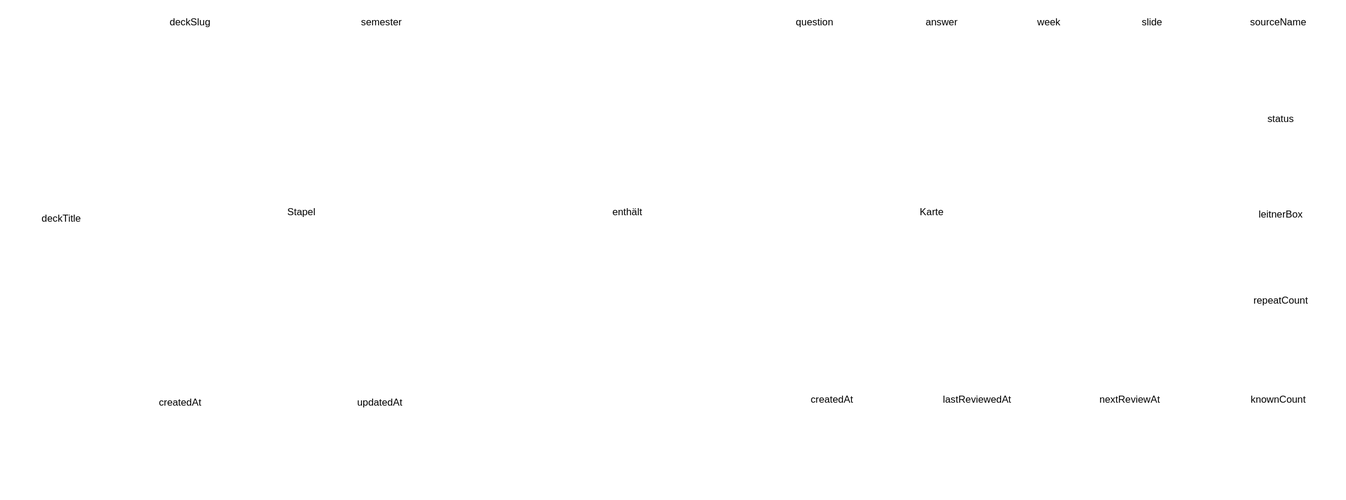
Before: doc/ER_Model.drawio.svg, a diagram exported from draw.io (russoren1/PT-Karteikarten). Source tidied: cells renumbered, new cells last; positions are measured from the earlier drawing's top-left corner, leaving out a move shared by most shapes.
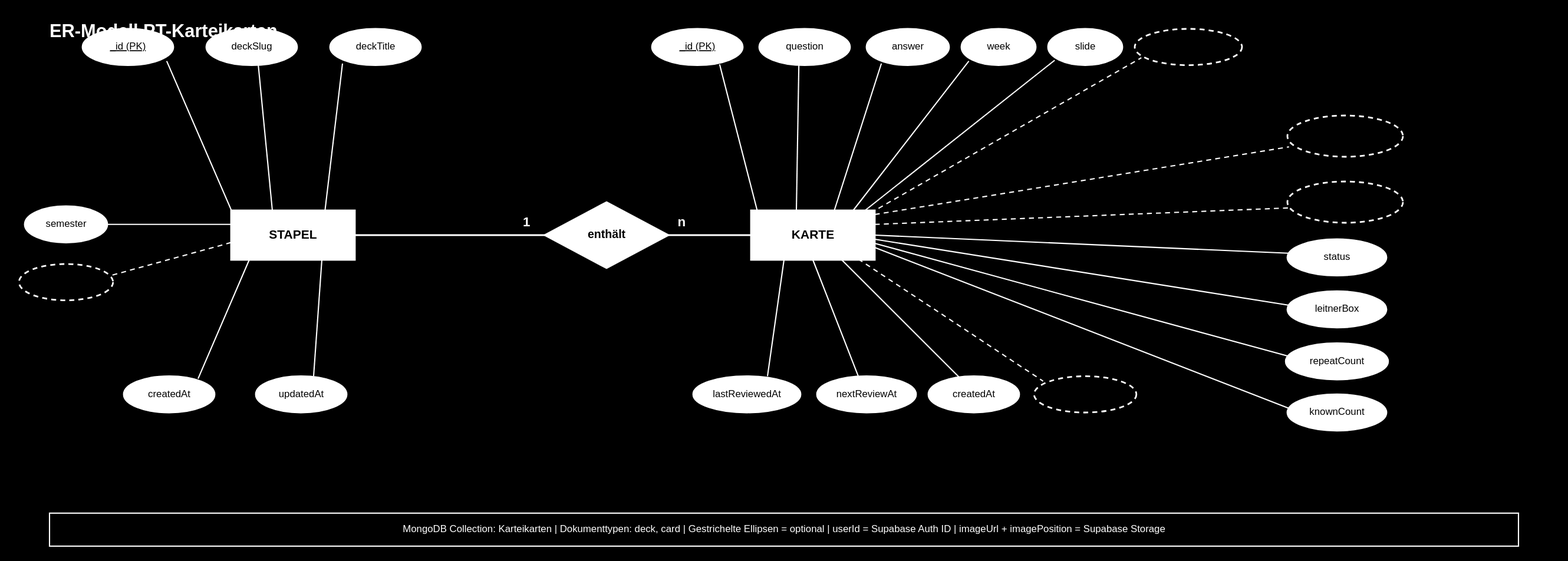
Above is the later version.

Commit message:
docs: Aktualisiere draw.io SVG Diagramme mit Supabase und neuen Feldern

System_Architektur: hooks.server.js, supabase.js Helper, Supabase Auth
und Supabase Storage als neue Komponenten ergaenzt. .env mit allen
Supabase-Variablen aktualisiert. Legende angepasst.

ER_Model: userId (opt.) bei Stapel und Karte, imageUrl und imagePosition
(opt.) bei Karte als gestrichelte Ellipsen ergaenzt.

The edit, as a diff of the source:
```diff
@@ -2,135 +2,86 @@
   <root>
     <mxCell id="0" />
     <mxCell id="1" parent="0" />
-    <mxCell id="2" value="Stapel" style="whiteSpace=wrap;html=1;fillColor=#ffffff;strokeColor=#ffffff;fontColor=#000000;" parent="1" vertex="1">
-      <mxGeometry x="290" y="222" width="150" height="70" as="geometry" />
-    </mxCell>
-    <mxCell id="3" value="Karte" style="whiteSpace=wrap;html=1;fillColor=#ffffff;strokeColor=#ffffff;fontColor=#000000;" parent="1" vertex="1">
-      <mxGeometry x="1054" y="222" width="150" height="70" as="geometry" />
-    </mxCell>
-    <mxCell id="4" value="enthält" style="rhombus;whiteSpace=wrap;html=1;fillColor=#ffffff;strokeColor=#ffffff;fontColor=#000000;" parent="1" vertex="1">
-      <mxGeometry x="670" y="197" width="180" height="120" as="geometry" />
-    </mxCell>
-    <mxCell id="5" style="endArrow=none;html=1;rounded=0;strokeColor=#ffffff;" parent="1" edge="1" source="2" target="4">
-      <mxGeometry relative="1" as="geometry" />
-    </mxCell>
-    <mxCell id="6" style="endArrow=none;html=1;rounded=0;strokeColor=#ffffff;exitX=1;exitY=0.5;exitDx=0;exitDy=0;" parent="1" edge="1" source="4" target="3">
-      <mxGeometry relative="1" as="geometry" />
-    </mxCell>
-    <mxCell id="7" value="1" style="text;html=1;strokeColor=none;fillColor=none;fontColor=#ffffff;fontStyle=1;" parent="1" vertex="1">
-      <mxGeometry x="570" y="229" width="30" height="30" as="geometry" />
-    </mxCell>
-    <mxCell id="8" value="n" style="text;html=1;strokeColor=none;fillColor=none;fontColor=#ffffff;fontStyle=1;" parent="1" vertex="1">
-      <mxGeometry x="994" y="229" width="30" height="30" as="geometry" />
-    </mxCell>
+    <mxCell id="44" value="STAPEL" style="rounded=0;whiteSpace=wrap;html=1;fillColor=#ffffff;strokeColor=#ffffff;fontColor=#000000;fontStyle=1;fontSize=14;" parent="1" vertex="1">
+      <mxGeometry x="480" y="276" width="150" height="60" as="geometry" />
+    </mxCell>
+    <mxCell id="45" value="_id (PK)" style="ellipse;whiteSpace=wrap;html=1;fillColor=#ffffff;strokeColor=#ffffff;fontColor=#000000;fontStyle=4;" parent="1" vertex="1">
+      <mxGeometry x="300" y="56" width="110" height="45" as="geometry" />
+    </mxCell>
     <mxCell id="9" value="deckSlug" style="ellipse;whiteSpace=wrap;html=1;fillColor=#ffffff;strokeColor=#ffffff;fontColor=#000000;" parent="1" vertex="1">
-      <mxGeometry x="160" width="140" height="54" as="geometry" />
+      <mxGeometry x="450" y="56" width="110" height="45" as="geometry" />
     </mxCell>
     <mxCell id="10" value="deckTitle" style="ellipse;whiteSpace=wrap;html=1;fillColor=#ffffff;strokeColor=#ffffff;fontColor=#000000;" parent="1" vertex="1">
-      <mxGeometry y="238" width="148" height="54" as="geometry" />
+      <mxGeometry x="600" y="56" width="110" height="45" as="geometry" />
     </mxCell>
     <mxCell id="11" value="semester" style="ellipse;whiteSpace=wrap;html=1;fillColor=#ffffff;strokeColor=#ffffff;fontColor=#000000;" parent="1" vertex="1">
-      <mxGeometry x="390" width="144" height="54" as="geometry" />
+      <mxGeometry x="230" y="276" width="100" height="45" as="geometry" />
     </mxCell>
-    <mxCell id="12" value="createdAt" style="ellipse;whiteSpace=wrap;html=1;fillColor=#ffffff;strokeColor=#ffffff;fontColor=#000000;" parent="1" vertex="1">
-      <mxGeometry x="146" y="461" width="144" height="54" as="geometry" />
-    </mxCell>
+    <mxCell id="46" value="userId (opt.)" style="ellipse;whiteSpace=wrap;html=1;fillColor=#ffffff;strokeColor=#ffffff;fontColor=#000000;dashed=1;" parent="1" vertex="1">
+      <mxGeometry x="230" y="346" width="110" height="45" as="geometry" />
+    </mxCell>
+    <mxCell id="47" value="createdAt" style="ellipse;whiteSpace=wrap;html=1;fillColor=#ffffff;strokeColor=#ffffff;fontColor=#000000;" parent="1" vertex="1">
+      <mxGeometry x="350" y="481" width="110" height="45" as="geometry" />
+    </mxCell>
     <mxCell id="13" value="updatedAt" style="ellipse;whiteSpace=wrap;html=1;fillColor=#ffffff;strokeColor=#ffffff;fontColor=#000000;" parent="1" vertex="1">
-      <mxGeometry x="386" y="461" width="148" height="54" as="geometry" />
+      <mxGeometry x="510" y="481" width="110" height="45" as="geometry" />
     </mxCell>
+    <mxCell id="4" value="enthält" style="rhombus;whiteSpace=wrap;html=1;fillColor=#ffffff;strokeColor=#ffffff;fontColor=#000000;" parent="1" vertex="1">
+      <mxGeometry x="860" y="266" width="150" height="80" as="geometry" />
+    </mxCell>
+    <mxCell id="48" value="KARTE" style="rounded=0;whiteSpace=wrap;html=1;fillColor=#ffffff;strokeColor=#ffffff;fontColor=#000000;fontStyle=1;fontSize=14;" parent="1" vertex="1">
+      <mxGeometry x="1110" y="276" width="150" height="60" as="geometry" />
+    </mxCell>
+    <mxCell id="49" value="_id (PK)" style="ellipse;whiteSpace=wrap;html=1;fillColor=#ffffff;strokeColor=#ffffff;fontColor=#000000;fontStyle=4;" parent="1" vertex="1">
+      <mxGeometry x="990" y="56" width="110" height="45" as="geometry" />
+    </mxCell>
     <mxCell id="14" value="question" style="ellipse;whiteSpace=wrap;html=1;fillColor=#ffffff;strokeColor=#ffffff;fontColor=#000000;" parent="1" vertex="1">
-      <mxGeometry x="920" width="134" height="54" as="geometry" />
+      <mxGeometry x="1120" y="56" width="110" height="45" as="geometry" />
     </mxCell>
     <mxCell id="15" value="answer" style="ellipse;whiteSpace=wrap;html=1;fillColor=#ffffff;strokeColor=#ffffff;fontColor=#000000;" parent="1" vertex="1">
-      <mxGeometry x="1079" width="124" height="54" as="geometry" />
+      <mxGeometry x="1250" y="56" width="100" height="45" as="geometry" />
     </mxCell>
     <mxCell id="16" value="week" style="ellipse;whiteSpace=wrap;html=1;fillColor=#ffffff;strokeColor=#ffffff;fontColor=#000000;" parent="1" vertex="1">
-      <mxGeometry x="1216" width="110" height="54" as="geometry" />
+      <mxGeometry x="1365" y="56" width="90" height="45" as="geometry" />
     </mxCell>
     <mxCell id="17" value="slide" style="ellipse;whiteSpace=wrap;html=1;fillColor=#ffffff;strokeColor=#ffffff;fontColor=#000000;" parent="1" vertex="1">
-      <mxGeometry x="1341" width="110" height="54" as="geometry" />
+      <mxGeometry x="1470" y="56" width="90" height="45" as="geometry" />
     </mxCell>
-    <mxCell id="18" value="sourceName" style="ellipse;whiteSpace=wrap;html=1;fillColor=#ffffff;strokeColor=#ffffff;fontColor=#000000;" parent="1" vertex="1">
-      <mxGeometry x="1474" width="150" height="54" as="geometry" />
-    </mxCell>
+    <mxCell id="50" value="sourceName (opt.)" style="ellipse;whiteSpace=wrap;html=1;fillColor=#ffffff;strokeColor=#ffffff;fontColor=#000000;dashed=1;" parent="1" vertex="1">
+      <mxGeometry x="1575" y="56" width="130" height="45" as="geometry" />
+    </mxCell>
+    <mxCell id="51" value="imageUrl (opt.)" style="ellipse;whiteSpace=wrap;html=1;fillColor=#ffffff;strokeColor=#ffffff;fontColor=#000000;dashed=1;" parent="1" vertex="1">
+      <mxGeometry x="1760" y="161" width="140" height="50" as="geometry" />
+    </mxCell>
+    <mxCell id="52" value="imagePosition (opt.)" style="ellipse;whiteSpace=wrap;html=1;fillColor=#ffffff;strokeColor=#ffffff;fontColor=#000000;dashed=1;" parent="1" vertex="1">
+      <mxGeometry x="1760" y="241" width="140" height="50" as="geometry" />
+    </mxCell>
     <mxCell id="19" value="status" style="ellipse;whiteSpace=wrap;html=1;fillColor=#ffffff;strokeColor=#ffffff;fontColor=#000000;" parent="1" vertex="1">
-      <mxGeometry x="1494" y="117" width="116" height="54" as="geometry" />
+      <mxGeometry x="1760" y="311" width="120" height="45" as="geometry" />
     </mxCell>
     <mxCell id="20" value="leitnerBox" style="ellipse;whiteSpace=wrap;html=1;fillColor=#ffffff;strokeColor=#ffffff;fontColor=#000000;" parent="1" vertex="1">
-      <mxGeometry x="1477" y="233" width="150" height="54" as="geometry" />
+      <mxGeometry x="1760" y="376" width="120" height="45" as="geometry" />
     </mxCell>
     <mxCell id="21" value="repeatCount" style="ellipse;whiteSpace=wrap;html=1;fillColor=#ffffff;strokeColor=#ffffff;fontColor=#000000;" parent="1" vertex="1">
-      <mxGeometry x="1474" y="337" width="156" height="54" as="geometry" />
+      <mxGeometry x="1760" y="441" width="120" height="45" as="geometry" />
     </mxCell>
     <mxCell id="22" value="knownCount" style="ellipse;whiteSpace=wrap;html=1;fillColor=#ffffff;strokeColor=#ffffff;fontColor=#000000;" parent="1" vertex="1">
-      <mxGeometry x="1474" y="457" width="150" height="54" as="geometry" />
+      <mxGeometry x="1760" y="506" width="120" height="45" as="geometry" />
     </mxCell>
     <mxCell id="23" value="lastReviewedAt" style="ellipse;whiteSpace=wrap;html=1;fillColor=#ffffff;strokeColor=#ffffff;fontColor=#000000;" parent="1" vertex="1">
-      <mxGeometry x="1094" y="457" width="180" height="54" as="geometry" />
+      <mxGeometry x="1040" y="476" width="130" height="45" as="geometry" />
     </mxCell>
     <mxCell id="24" value="nextReviewAt" style="ellipse;whiteSpace=wrap;html=1;fillColor=#ffffff;strokeColor=#ffffff;fontColor=#000000;" parent="1" vertex="1">
-      <mxGeometry x="1287" y="457" width="164" height="54" as="geometry" />
+      <mxGeometry x="1190" y="476" width="120" height="45" as="geometry" />
     </mxCell>
-    <mxCell id="25" value="createdAt" style="ellipse;whiteSpace=wrap;html=1;fillColor=#ffffff;strokeColor=#ffffff;fontColor=#000000;" parent="1" vertex="1">
-      <mxGeometry x="936" y="457" width="144" height="54" as="geometry" />
-    </mxCell>
-    <mxCell id="26" value="MongoDB: Datenbank &quot;Karteikarten&quot; | Collection &quot;Karteikarten&quot; | Dokumenttypen: deck, card" style="rounded=0;whiteSpace=wrap;html=1;fillColor=none;strokeColor=#ffffff;fontColor=#ffffff;" parent="1" vertex="1">
-      <mxGeometry x="390" y="556" width="740" height="48" as="geometry" />
-    </mxCell>
-    <mxCell id="27" style="endArrow=none;html=1;rounded=0;strokeColor=#ffffff;" parent="1" edge="1" source="9" target="2">
-      <mxGeometry relative="1" as="geometry" />
-    </mxCell>
-    <mxCell id="28" style="endArrow=none;html=1;rounded=0;strokeColor=#ffffff;" parent="1" edge="1" source="10" target="2">
-      <mxGeometry relative="1" as="geometry" />
-    </mxCell>
-    <mxCell id="29" style="endArrow=none;html=1;rounded=0;strokeColor=#ffffff;" parent="1" edge="1" source="11" target="2">
-      <mxGeometry relative="1" as="geometry" />
-    </mxCell>
-    <mxCell id="30" style="endArrow=none;html=1;rounded=0;strokeColor=#ffffff;" parent="1" edge="1" target="2">
-      <mxGeometry relative="1" as="geometry">
-        <mxPoint x="247" y="467.6" as="sourcePoint" />
-      </mxGeometry>
-    </mxCell>
-    <mxCell id="31" style="endArrow=none;html=1;rounded=0;strokeColor=#ffffff;" parent="1" edge="1" target="2">
-      <mxGeometry relative="1" as="geometry">
-        <mxPoint x="515.3" y="467.9" as="sourcePoint" />
-      </mxGeometry>
-    </mxCell>
-    <mxCell id="32" style="endArrow=none;html=1;rounded=0;strokeColor=#ffffff;" parent="1" edge="1" source="14" target="3">
-      <mxGeometry relative="1" as="geometry" />
-    </mxCell>
-    <mxCell id="33" style="endArrow=none;html=1;rounded=0;strokeColor=#ffffff;" parent="1" edge="1" source="15" target="3">
-      <mxGeometry relative="1" as="geometry" />
-    </mxCell>
-    <mxCell id="34" style="endArrow=none;html=1;rounded=0;strokeColor=#ffffff;" parent="1" edge="1" source="16" target="3">
-      <mxGeometry relative="1" as="geometry" />
-    </mxCell>
-    <mxCell id="35" style="endArrow=none;html=1;rounded=0;strokeColor=#ffffff;" parent="1" edge="1" source="17" target="3">
-      <mxGeometry relative="1" as="geometry" />
-    </mxCell>
-    <mxCell id="36" style="endArrow=none;html=1;rounded=0;strokeColor=#ffffff;" parent="1" edge="1" source="18" target="3">
-      <mxGeometry relative="1" as="geometry" />
-    </mxCell>
-    <mxCell id="37" style="endArrow=none;html=1;rounded=0;strokeColor=#ffffff;" parent="1" edge="1" source="19" target="3">
-      <mxGeometry relative="1" as="geometry" />
-    </mxCell>
-    <mxCell id="38" style="endArrow=none;html=1;rounded=0;strokeColor=#ffffff;" parent="1" edge="1" source="20" target="3">
-      <mxGeometry relative="1" as="geometry" />
-    </mxCell>
-    <mxCell id="39" style="endArrow=none;html=1;rounded=0;strokeColor=#ffffff;" parent="1" edge="1" source="21" target="3">
-      <mxGeometry relative="1" as="geometry" />
-    </mxCell>
-    <mxCell id="40" style="endArrow=none;html=1;rounded=0;strokeColor=#ffffff;" parent="1" edge="1" source="22" target="3">
-      <mxGeometry relative="1" as="geometry" />
-    </mxCell>
-    <mxCell id="41" style="endArrow=none;html=1;rounded=0;strokeColor=#ffffff;" parent="1" edge="1" source="23" target="3">
-      <mxGeometry relative="1" as="geometry" />
-    </mxCell>
-    <mxCell id="42" style="endArrow=none;html=1;rounded=0;strokeColor=#ffffff;" parent="1" edge="1" source="24" target="3">
-      <mxGeometry relative="1" as="geometry" />
-    </mxCell>
-    <mxCell id="43" style="endArrow=none;html=1;rounded=0;strokeColor=#ffffff;" parent="1" edge="1" source="25" target="3">
-      <mxGeometry relative="1" as="geometry" />
-    </mxCell>
+    <mxCell id="53" value="createdAt" style="ellipse;whiteSpace=wrap;html=1;fillColor=#ffffff;strokeColor=#ffffff;fontColor=#000000;" parent="1" vertex="1">
+      <mxGeometry x="1325" y="476" width="110" height="45" as="geometry" />
+    </mxCell>
+    <mxCell id="54" value="userId (opt.)" style="ellipse;whiteSpace=wrap;html=1;fillColor=#ffffff;strokeColor=#ffffff;fontColor=#000000;dashed=1;" parent="1" vertex="1">
+      <mxGeometry x="1455" y="476" width="120" height="45" as="geometry" />
+    </mxCell>
+    <mxCell id="55" value="MongoDB Collection: Karteikarten | Dokumenttypen: deck, card | Gestrichelte Ellipsen = optionale Felder | userId = Supabase Auth User ID | imageUrl + imagePosition = Supabase Storage" style="rounded=0;whiteSpace=wrap;html=1;fillColor=none;strokeColor=#ffffff;fontColor=#ffffff;" parent="1" vertex="1">
+      <mxGeometry x="260" y="646" width="1780" height="40" as="geometry" />
+    </mxCell>
   </root>
 </mxGraphModel>
```
